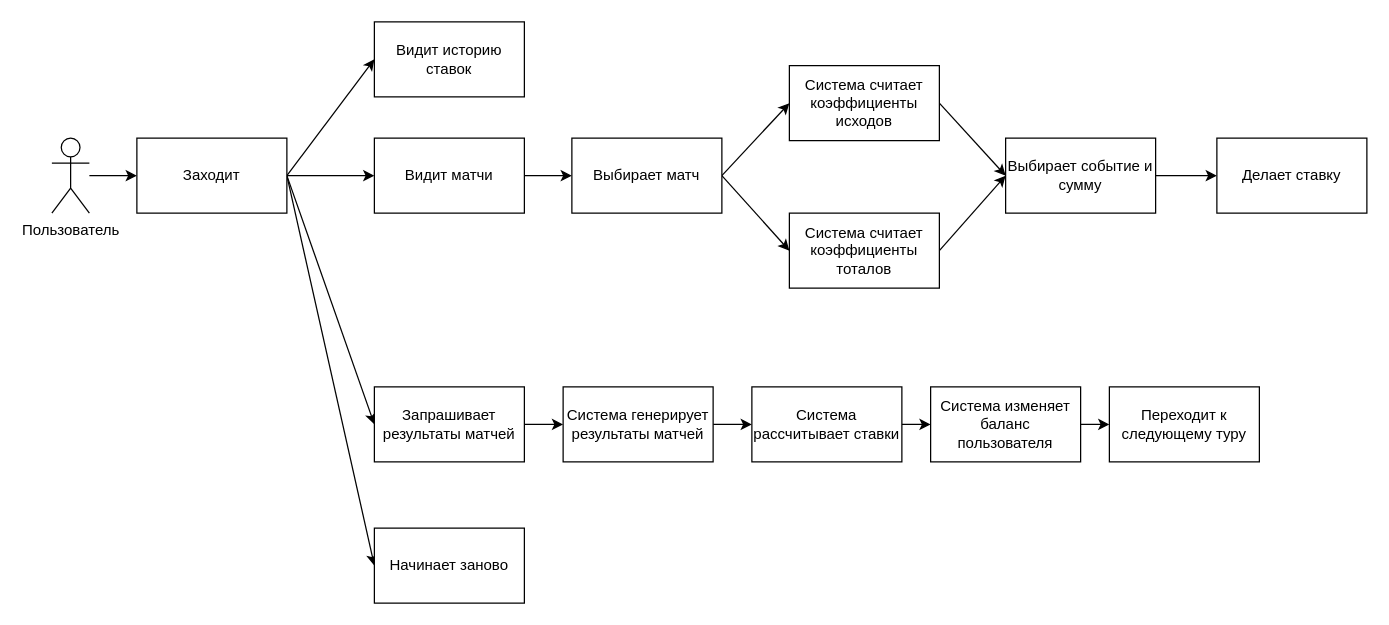
This is report/schm/us.drawio from AnGREATern/RomBet, a draw.io file, before an edit. Source tidied: cells renumbered, new cells numbered last; positions are measured from the earlier drawing's top-left corner, leaving out a move shared by most shapes. Both pictures are drawn from the tidied source at 125%, with x=0, y=0 at pixel (51, 21).
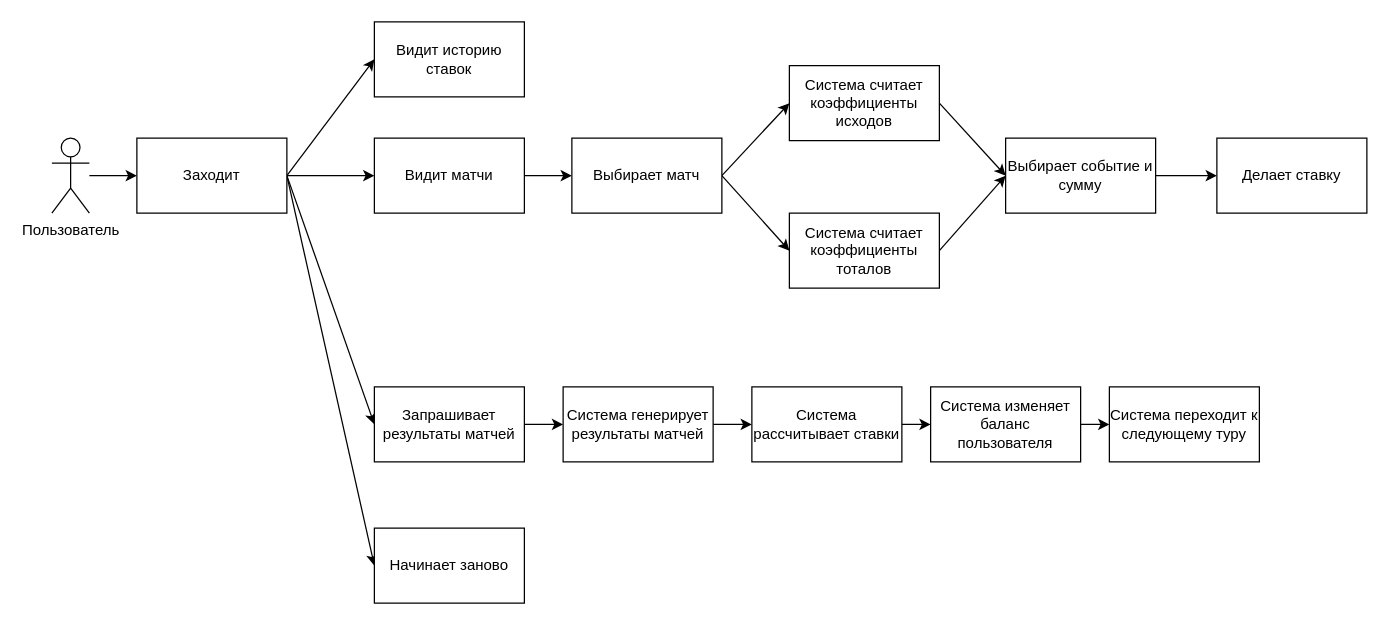
After the change.

Diff of the diagram source:
```diff
@@
-    <mxCell id="30" value="Переходит к следующему туру" style="rounded=0;whiteSpace=wrap;html=1;" parent="1" vertex="1">
+    <mxCell id="30" value="Система переходит к следующему туру" style="rounded=0;whiteSpace=wrap;html=1;" parent="1" vertex="1">
       <mxGeometry x="846" y="292" width="120" height="60" as="geometry" />
     </mxCell>
```
